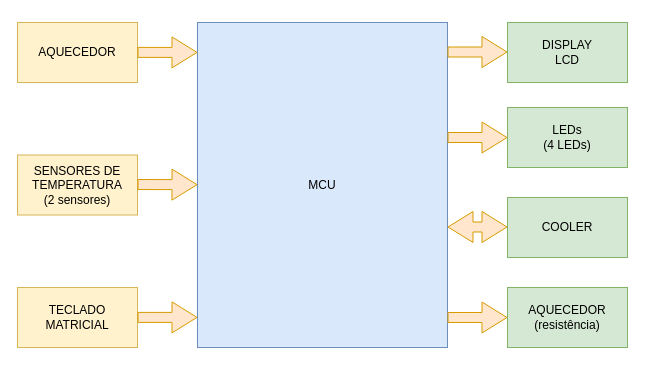
Above: Diagrama de blocos.drawio in diegusxavier/ES670-2025-Grupo-B4 (draw.io), before the change. Source tidied: cells renumbered, new cells numbered last; positions are measured from the earlier drawing's top-left corner, leaving out a move shared by most shapes. Both pictures are drawn from the tidied source at 100%, with x=0, y=0 at pixel (17, 22).
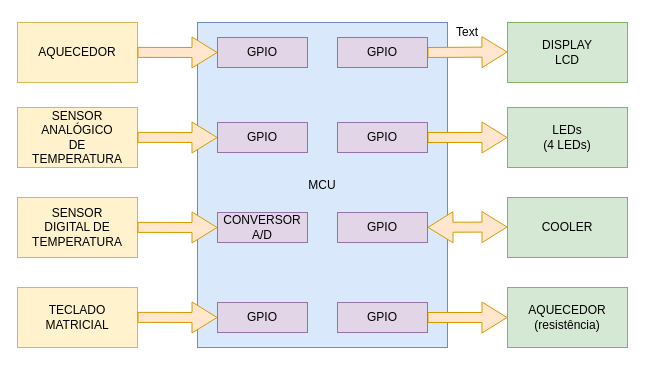
The same diagram, later.

What changed in the source:
```diff
@@
-    <mxCell id="14" style="rounded=0;whiteSpace=wrap;html=1;fillColor=#fff2cc;strokeColor=#d6b656;" parent="1" vertex="1">
-      <mxGeometry y="132.5" width="120" height="60" as="geometry" />
-    </mxCell>
-    <mxCell id="15" value="SENSORES DE TEMPERATURA&lt;div&gt;(2 sensores)&lt;/div&gt;" style="text;html=1;align=center;verticalAlign=middle;whiteSpace=wrap;rounded=0;" parent="1" vertex="1">
-      <mxGeometry x="30" y="147.5" width="60" height="30" as="geometry" />
-    </mxCell>
@@
-    <mxCell id="18" style="shape=flexArrow;endArrow=classic;html=1;rounded=0;fontSize=12;startSize=8;endSize=8;curved=1;exitX=1;exitY=0.5;exitDx=0;exitDy=0;fillColor=#ffe6cc;strokeColor=#d79b00;" parent="1" edge="1">
-      <mxGeometry relative="1" as="geometry">
-        <mxPoint x="120" y="162" as="sourcePoint" />
-        <mxPoint x="180" y="162.2" as="targetPoint" />
-      </mxGeometry>
-    </mxCell>
-    <mxCell id="19" style="shape=flexArrow;endArrow=classic;html=1;rounded=0;fontSize=12;startSize=8;endSize=8;curved=1;exitX=1;exitY=0.5;exitDx=0;exitDy=0;fillColor=#ffe6cc;strokeColor=#d79b00;" parent="1" edge="1">
+    <mxCell id="19" style="shape=flexArrow;endArrow=classic;html=1;rounded=0;fontSize=12;startSize=8;endSize=8;curved=1;exitX=1;exitY=0.5;exitDx=0;exitDy=0;fillColor=#ffe6cc;strokeColor=#d79b00;entryX=0;entryY=0.5;entryDx=0;entryDy=0;" parent="1" edge="1" target="26">
       <mxGeometry relative="1" as="geometry">
         <mxPoint x="120" y="29.9" as="sourcePoint" />
-        <mxPoint x="180" y="29.9" as="targetPoint" />
       </mxGeometry>
     </mxCell>
-    <mxCell id="20" style="shape=flexArrow;endArrow=classic;html=1;rounded=0;fontSize=12;startSize=8;endSize=8;curved=1;exitX=1;exitY=0.5;exitDx=0;exitDy=0;fillColor=#ffe6cc;strokeColor=#d79b00;" parent="1" edge="1">
+    <mxCell id="20" style="shape=flexArrow;endArrow=classic;html=1;rounded=0;fontSize=12;startSize=8;endSize=8;curved=1;exitX=1;exitY=0.5;exitDx=0;exitDy=0;fillColor=#ffe6cc;strokeColor=#d79b00;entryX=0;entryY=0.5;entryDx=0;entryDy=0;" parent="1" edge="1" target="29">
       <mxGeometry relative="1" as="geometry">
         <mxPoint x="120" y="294.9" as="sourcePoint" />
-        <mxPoint x="180" y="294.9" as="targetPoint" />
       </mxGeometry>
     </mxCell>
-    <mxCell id="21" style="shape=flexArrow;endArrow=classic;html=1;rounded=0;fontSize=12;startSize=8;endSize=8;curved=1;exitX=1;exitY=0.5;exitDx=0;exitDy=0;fillColor=#ffe6cc;strokeColor=#d79b00;" parent="1" edge="1">
+    <mxCell id="21" style="shape=flexArrow;endArrow=classic;html=1;rounded=0;fontSize=12;startSize=8;endSize=8;curved=1;exitX=1;exitY=0.5;exitDx=0;exitDy=0;fillColor=#ffe6cc;strokeColor=#d79b00;" parent="1" edge="1" source="30">
       <mxGeometry relative="1" as="geometry">
-        <mxPoint x="430" y="295" as="sourcePoint" />
         <mxPoint x="490" y="295" as="targetPoint" />
       </mxGeometry>
     </mxCell>
-    <mxCell id="22" style="shape=flexArrow;endArrow=classic;html=1;rounded=0;fontSize=12;startSize=8;endSize=8;curved=1;exitX=1;exitY=0.5;exitDx=0;exitDy=0;fillColor=#ffe6cc;strokeColor=#d79b00;" parent="1" edge="1">
+    <mxCell id="22" style="shape=flexArrow;endArrow=classic;html=1;rounded=0;fontSize=12;startSize=8;endSize=8;curved=1;exitX=1;exitY=0.5;exitDx=0;exitDy=0;fillColor=#ffe6cc;strokeColor=#d79b00;" parent="1" edge="1" source="27">
       <mxGeometry relative="1" as="geometry">
-        <mxPoint x="430" y="29.5" as="sourcePoint" />
         <mxPoint x="490" y="29.5" as="targetPoint" />
       </mxGeometry>
     </mxCell>
-    <mxCell id="23" style="shape=flexArrow;endArrow=classic;html=1;rounded=0;fontSize=12;startSize=8;endSize=8;curved=1;exitX=1;exitY=0.5;exitDx=0;exitDy=0;fillColor=#ffe6cc;strokeColor=#d79b00;" parent="1" edge="1">
+    <mxCell id="23" style="shape=flexArrow;endArrow=classic;html=1;rounded=0;fontSize=12;startSize=8;endSize=8;curved=1;exitX=1;exitY=0.5;exitDx=0;exitDy=0;fillColor=#ffe6cc;strokeColor=#d79b00;" parent="1" edge="1" source="28">
       <mxGeometry relative="1" as="geometry">
-        <mxPoint x="430" y="115" as="sourcePoint" />
         <mxPoint x="490" y="115" as="targetPoint" />
       </mxGeometry>
     </mxCell>
-    <mxCell id="24" style="shape=flexArrow;endArrow=classic;startArrow=classic;html=1;rounded=0;fontSize=12;startSize=8;endSize=8;curved=1;entryX=0;entryY=0.5;entryDx=0;entryDy=0;exitX=1;exitY=0.5;exitDx=0;exitDy=0;fillColor=#ffe6cc;strokeColor=#d79b00;" parent="1" edge="1">
+    <mxCell id="24" style="shape=flexArrow;endArrow=classic;startArrow=classic;html=1;rounded=0;fontSize=12;startSize=8;endSize=8;curved=1;entryX=0;entryY=0.5;entryDx=0;entryDy=0;fillColor=#ffe6cc;strokeColor=#d79b00;" parent="1" edge="1" source="31">
       <mxGeometry relative="1" as="geometry">
-        <mxPoint x="430" y="204.5" as="sourcePoint" />
         <mxPoint x="490" y="204.5" as="targetPoint" />
       </mxGeometry>
     </mxCell>
+    <mxCell id="25" style="rounded=0;whiteSpace=wrap;html=1;" parent="1" vertex="1">
+      <mxGeometry x="200" y="15" width="60" height="30" as="geometry" />
+    </mxCell>
+    <mxCell id="26" value="GPIO" style="text;html=1;align=center;verticalAlign=middle;whiteSpace=wrap;rounded=0;fillColor=#e1d5e7;strokeColor=#9673a6;" parent="1" vertex="1">
+      <mxGeometry x="200" y="15" width="90" height="30" as="geometry" />
+    </mxCell>
+    <mxCell id="27" value="GPIO" style="text;html=1;align=center;verticalAlign=middle;whiteSpace=wrap;rounded=0;fillColor=#e1d5e7;strokeColor=#9673a6;" parent="1" vertex="1">
+      <mxGeometry x="320" y="15" width="90" height="30" as="geometry" />
+    </mxCell>
+    <mxCell id="28" value="GPIO" style="text;html=1;align=center;verticalAlign=middle;whiteSpace=wrap;rounded=0;fillColor=#e1d5e7;strokeColor=#9673a6;" parent="1" vertex="1">
+      <mxGeometry x="320" y="100" width="90" height="30" as="geometry" />
+    </mxCell>
+    <mxCell id="29" value="GPIO" style="text;html=1;align=center;verticalAlign=middle;whiteSpace=wrap;rounded=0;fillColor=#e1d5e7;strokeColor=#9673a6;" parent="1" vertex="1">
+      <mxGeometry x="200" y="280" width="90" height="30" as="geometry" />
+    </mxCell>
+    <mxCell id="30" value="GPIO" style="text;html=1;align=center;verticalAlign=middle;whiteSpace=wrap;rounded=0;fillColor=#e1d5e7;strokeColor=#9673a6;" parent="1" vertex="1">
+      <mxGeometry x="320" y="280" width="90" height="30" as="geometry" />
+    </mxCell>
+    <mxCell id="31" value="GPIO" style="text;html=1;align=center;verticalAlign=middle;whiteSpace=wrap;rounded=0;fillColor=#e1d5e7;strokeColor=#9673a6;" parent="1" vertex="1">
+      <mxGeometry x="320" y="190" width="90" height="30" as="geometry" />
+    </mxCell>
+    <mxCell id="32" value="Text" style="text;html=1;align=center;verticalAlign=middle;whiteSpace=wrap;rounded=0;" parent="1" vertex="1">
+      <mxGeometry x="420" y="-5" width="60" height="30" as="geometry" />
+    </mxCell>
+    <mxCell id="33" style="rounded=0;whiteSpace=wrap;html=1;fillColor=#fff2cc;strokeColor=#d6b656;" parent="1" vertex="1">
+      <mxGeometry y="85" width="120" height="60" as="geometry" />
+    </mxCell>
+    <mxCell id="34" value="SENSOR ANALÓGICO DE TEMPERATURA" style="text;html=1;align=center;verticalAlign=middle;whiteSpace=wrap;rounded=0;" parent="1" vertex="1">
+      <mxGeometry x="30" y="100" width="60" height="30" as="geometry" />
+    </mxCell>
+    <mxCell id="35" style="shape=flexArrow;endArrow=classic;html=1;rounded=0;fontSize=12;startSize=8;endSize=8;curved=1;exitX=1;exitY=0.5;exitDx=0;exitDy=0;fillColor=#ffe6cc;strokeColor=#d79b00;entryX=0;entryY=0.5;entryDx=0;entryDy=0;" parent="1" edge="1" target="36">
+      <mxGeometry relative="1" as="geometry">
+        <mxPoint x="120" y="114.9" as="sourcePoint" />
+      </mxGeometry>
+    </mxCell>
+    <mxCell id="36" value="GPIO" style="text;html=1;align=center;verticalAlign=middle;whiteSpace=wrap;rounded=0;fillColor=#e1d5e7;strokeColor=#9673a6;" parent="1" vertex="1">
+      <mxGeometry x="200" y="100" width="90" height="30" as="geometry" />
+    </mxCell>
+    <mxCell id="37" style="rounded=0;whiteSpace=wrap;html=1;fillColor=#fff2cc;strokeColor=#d6b656;" parent="1" vertex="1">
+      <mxGeometry y="175" width="120" height="60" as="geometry" />
+    </mxCell>
+    <mxCell id="38" value="SENSOR DIGITAL DE TEMPERATURA" style="text;html=1;align=center;verticalAlign=middle;whiteSpace=wrap;rounded=0;" parent="1" vertex="1">
+      <mxGeometry x="30" y="190" width="60" height="30" as="geometry" />
+    </mxCell>
+    <mxCell id="39" style="shape=flexArrow;endArrow=classic;html=1;rounded=0;fontSize=12;startSize=8;endSize=8;curved=1;exitX=1;exitY=0.5;exitDx=0;exitDy=0;fillColor=#ffe6cc;strokeColor=#d79b00;entryX=0;entryY=0.5;entryDx=0;entryDy=0;" parent="1" edge="1" target="40">
+      <mxGeometry relative="1" as="geometry">
+        <mxPoint x="120" y="204.9" as="sourcePoint" />
+      </mxGeometry>
+    </mxCell>
+    <mxCell id="40" value="CONVERSOR A/D" style="text;html=1;align=center;verticalAlign=middle;whiteSpace=wrap;rounded=0;fillColor=#e1d5e7;strokeColor=#9673a6;" parent="1" vertex="1">
+      <mxGeometry x="200" y="190" width="90" height="30" as="geometry" />
+    </mxCell>
```
